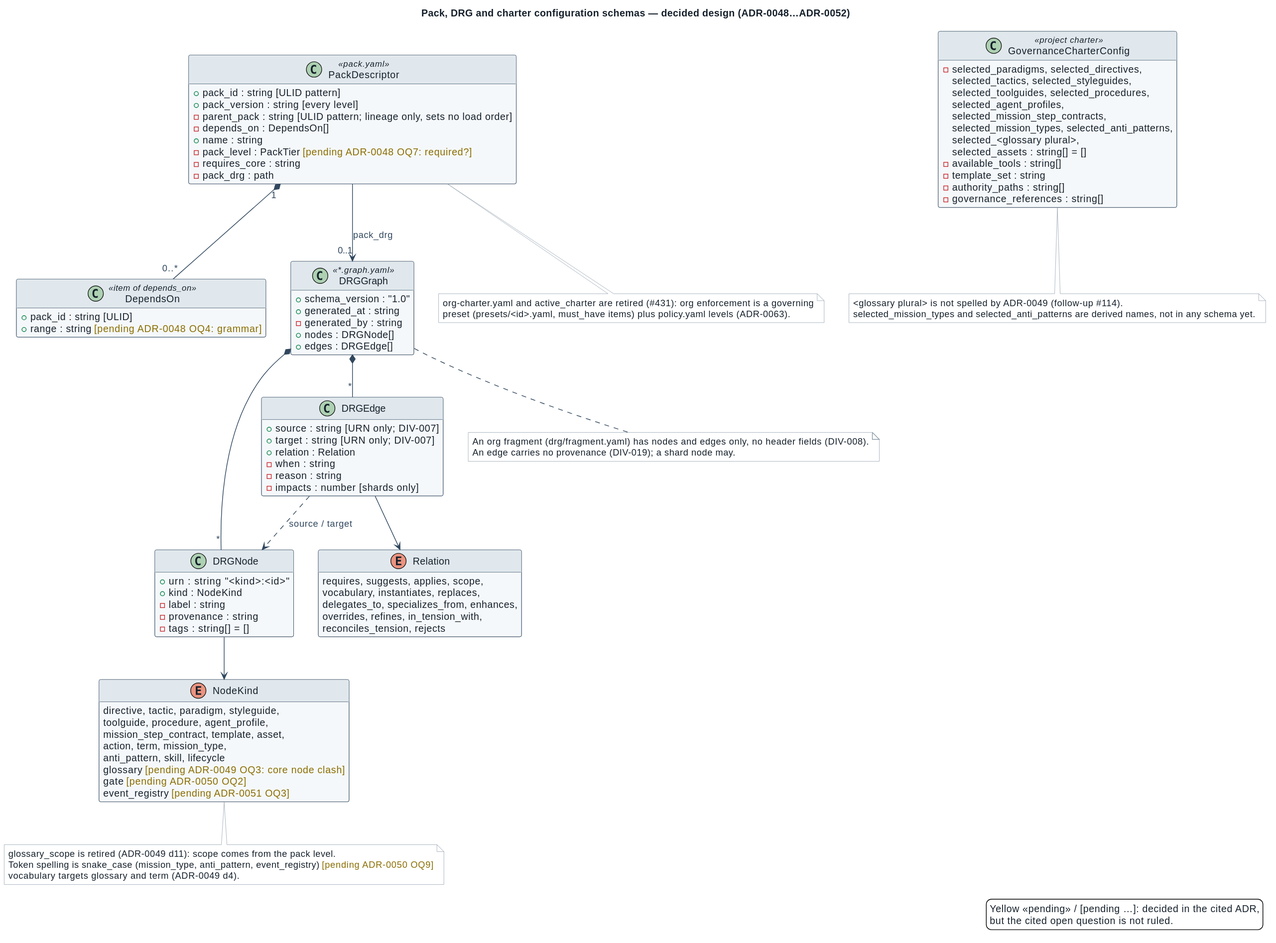
This is docs/architecture/diagrams/descriptor-governance.svg from spec-kitty/spec-kitty-charter, a PlantUML export, as it was before one commit. The source it was exported from:
```plantuml
@startuml
!include _style.iuml
title Pack, DRG and charter configuration schemas — decided design (ADR-0048…ADR-0052)

class PackDescriptor <<pack.yaml>> {
  + pack_id : string [ULID pattern]
  + pack_version : string [every level]
  - parent_pack : string [ULID pattern; lineage only, sets no load order]
  - depends_on : DependsOn[]
  + name : string
  - pack_level : PackTier <color:#8A6D00>[pending ADR-0048 OQ7: required?]</color>
  - requires_core : string
  - pack_drg : path
}
class DependsOn <<item of depends_on>> {
  + pack_id : string [ULID]
  + range : string <color:#8A6D00>[pending ADR-0048 OQ4: grammar]</color>
}
class DRGGraph <<*.graph.yaml>> {
  + schema_version : "1.0"
  + generated_at : string
  - generated_by : string
  + nodes : DRGNode[]
  + edges : DRGEdge[]
}
class DRGNode {
  + urn : string  "<kind>:<id>"
  + kind : NodeKind
  - label : string
  - provenance : string
  - tags : string[] = []
}
class DRGEdge {
  + source : string [URN only; DIV-007]
  + target : string [URN only; DIV-007]
  + relation : Relation
  - when : string
  - reason : string
  - impacts : number [shards only]
}
enum NodeKind {
  directive, tactic, paradigm, styleguide,
  toolguide, procedure, agent_profile,
  mission_step_contract, template, asset,
  action, term, mission_type,
  anti_pattern, skill, lifecycle
  glossary <color:#8A6D00>[pending ADR-0049 OQ3: core node clash]</color>
  gate <color:#8A6D00>[pending ADR-0050 OQ2]</color>
  event_registry <color:#8A6D00>[pending ADR-0051 OQ3]</color>
}
enum Relation {
  requires, suggests, applies, scope,
  vocabulary, instantiates, replaces,
  delegates_to, specializes_from, enhances,
  overrides, refines, in_tension_with,
  reconciles_tension, rejects
}
class GovernanceCharterConfig <<project charter>> {
  - selected_paradigms, selected_directives,
    selected_tactics, selected_styleguides,
    selected_toolguides, selected_procedures,
    selected_agent_profiles,
    selected_mission_step_contracts,
    selected_mission_types, selected_anti_patterns,
    selected_<glossary plural>,
    selected_assets : string[] = []
  - available_tools : string[]
  - template_set : string
  - authority_paths : string[]
  - governance_references : string[]
}
PackDescriptor "1" *-- "0..*" DependsOn
PackDescriptor --> "0..1" DRGGraph : pack_drg
DRGGraph *-- "*" DRGNode
DRGGraph *-- "*" DRGEdge
DRGNode --> NodeKind
DRGEdge --> Relation
DRGEdge ..> DRGNode : source / target
note bottom of NodeKind
  glossary_scope is retired (ADR-0049 d11): scope comes from the pack level.
  Token spelling is snake_case (mission_type, anti_pattern, event_registry) <color:#8A6D00>[pending ADR-0050 OQ9]</color>
  vocabulary targets glossary and term (ADR-0049 d4).
end note
note bottom of PackDescriptor
  org-charter.yaml and active_charter are retired (#431): org enforcement is a governing
  preset (presets/<id>.yaml, must_have items) plus policy.yaml levels (ADR-0063).
end note
note bottom of GovernanceCharterConfig
  <glossary plural> is not spelled by ADR-0049 (follow-up #114).
  selected_mission_types and selected_anti_patterns are derived names, not in any schema yet.
end note
note bottom of DRGGraph
  An org fragment (drg/fragment.yaml) has nodes and edges only, no header fields (DIV-008).
  An edge carries no provenance (DIV-019); a shard node may.
end note
legend right
  Yellow <<pending>> / [pending …]: decided in the cited ADR,
  but the cited open question is not ruled.
endlegend
@enduml
```
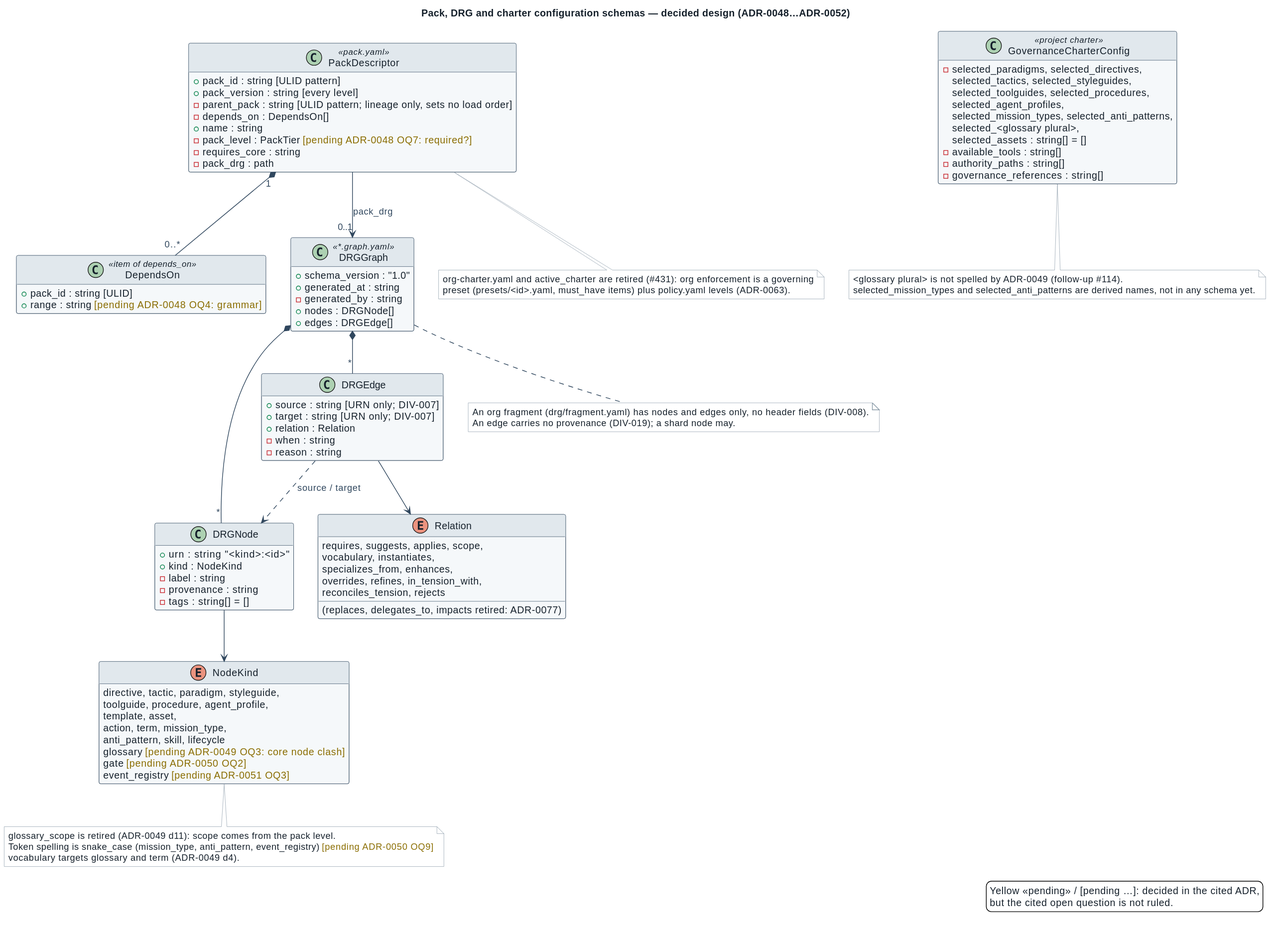
Above is the later version.

Diff of the diagram source:
```diff
@@ -36,12 +36,11 @@
   + relation : Relation
   - when : string
   - reason : string
-  - impacts : number [shards only]
 }
 enum NodeKind {
   directive, tactic, paradigm, styleguide,
   toolguide, procedure, agent_profile,
-  mission_step_contract, template, asset,
+  template, asset,
   action, term, mission_type,
   anti_pattern, skill, lifecycle
   glossary <color:#8A6D00>[pending ADR-0049 OQ3: core node clash]</color>
@@ -50,22 +49,21 @@
 }
 enum Relation {
   requires, suggests, applies, scope,
-  vocabulary, instantiates, replaces,
-  delegates_to, specializes_from, enhances,
+  vocabulary, instantiates,
+  specializes_from, enhances,
   overrides, refines, in_tension_with,
   reconciles_tension, rejects
+  (replaces, delegates_to, impacts retired: ADR-0077)
 }
 class GovernanceCharterConfig <<project charter>> {
   - selected_paradigms, selected_directives,
     selected_tactics, selected_styleguides,
     selected_toolguides, selected_procedures,
     selected_agent_profiles,
-    selected_mission_step_contracts,
     selected_mission_types, selected_anti_patterns,
     selected_<glossary plural>,
     selected_assets : string[] = []
   - available_tools : string[]
-  - template_set : string
   - authority_paths : string[]
   - governance_references : string[]
 }
```
